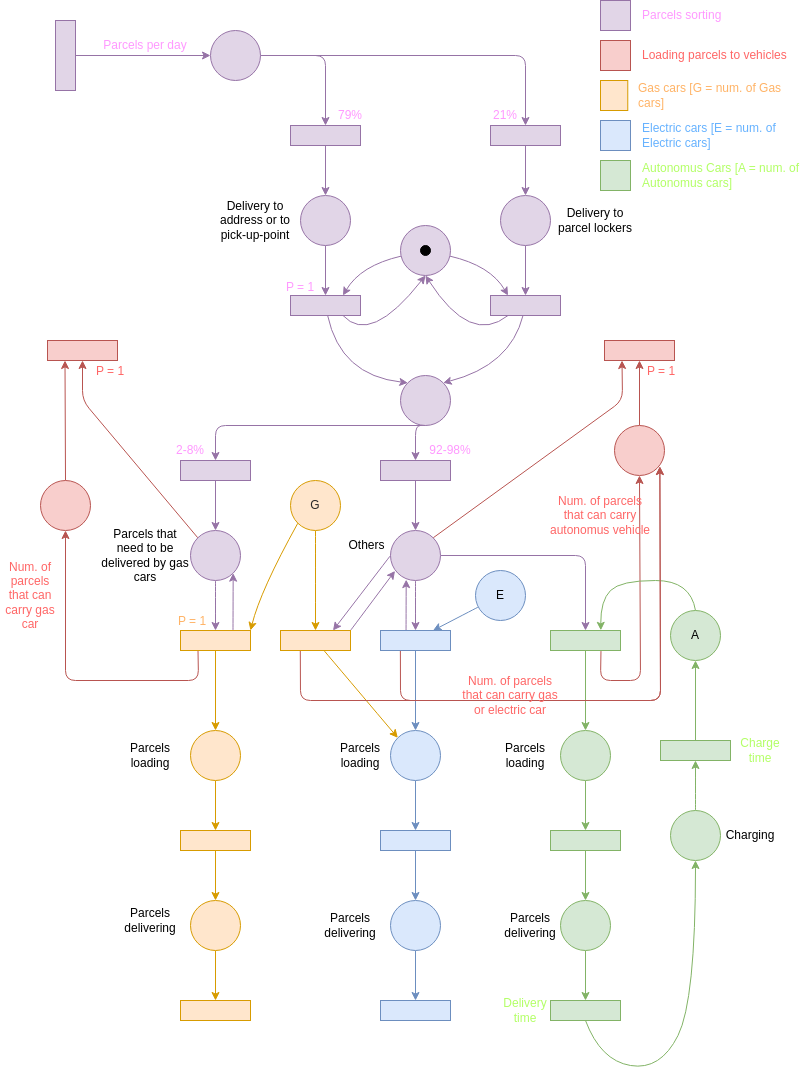
Above: doc/images/scheme.png in imiskii/ims-project (draw.io), before the change. Source tidied: cells renumbered, new cells last; positions are measured from the earlier drawing's top-left corner, leaving out a move shared by most shapes.
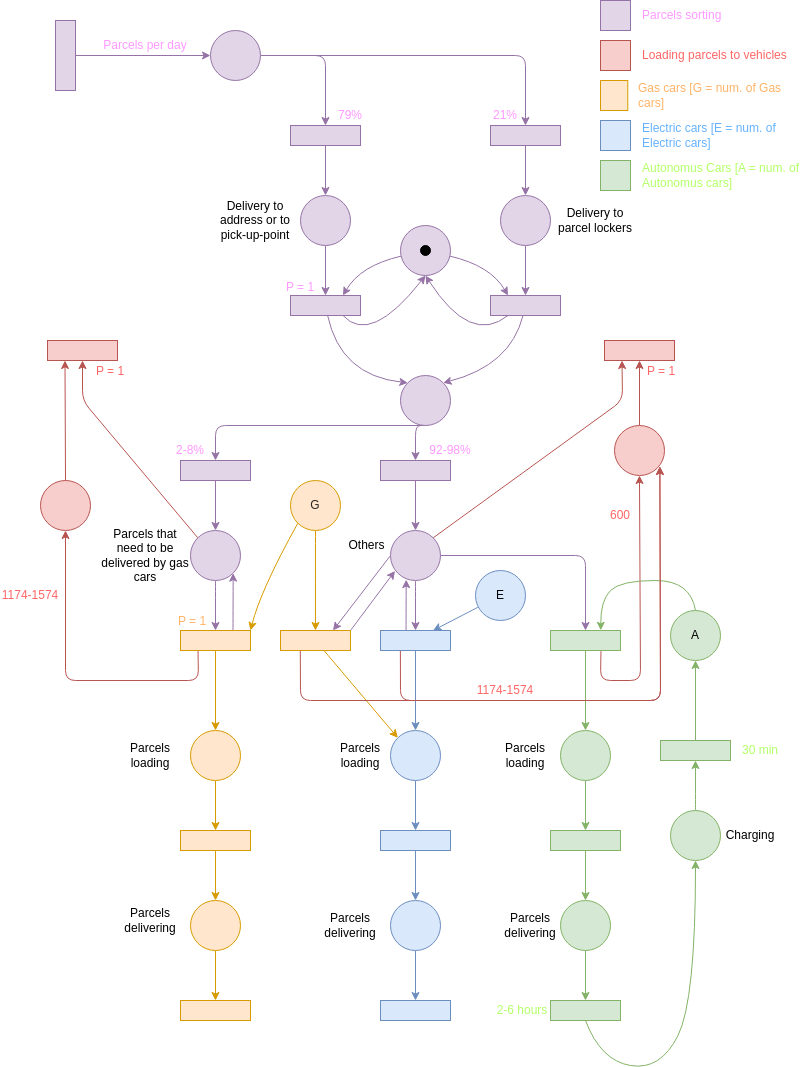
The same file after the commit.

The edit, as a diff of the source:
```diff
@@ -420,8 +420,8 @@
     <mxCell id="111" value="&lt;font color=&quot;#ff99ff&quot;&gt;92-98%&lt;/font&gt;" style="text;html=1;strokeColor=none;fillColor=none;align=center;verticalAlign=middle;whiteSpace=wrap;rounded=0;fontColor=#000000;" parent="1" vertex="1">
       <mxGeometry x="420" y="435" width="60" height="30" as="geometry" />
     </mxCell>
-    <mxCell id="112" value="&lt;font color=&quot;#ff6666&quot;&gt;Num. of parcels that can carry autonomus&amp;nbsp;&lt;/font&gt;&lt;span style=&quot;color: rgb(255, 102, 102); text-align: left;&quot;&gt;vehicle&lt;/span&gt;" style="text;html=1;strokeColor=none;fillColor=none;align=center;verticalAlign=middle;whiteSpace=wrap;rounded=0;fontColor=#000000;" parent="1" vertex="1">
-      <mxGeometry x="570" y="500" width="60" height="30" as="geometry" />
+    <mxCell id="112" value="&lt;font color=&quot;#ff6666&quot;&gt;600&lt;/font&gt;" style="text;html=1;strokeColor=none;fillColor=none;align=center;verticalAlign=middle;whiteSpace=wrap;rounded=0;fontColor=#000000;" parent="1" vertex="1">
+      <mxGeometry x="590" y="500" width="60" height="30" as="geometry" />
     </mxCell>
     <mxCell id="113" value="&lt;font color=&quot;#ffb366&quot;&gt;P = 1&lt;span style=&quot;font-family: monospace; font-size: 0px; text-align: start;&quot;&gt;%3CmxGraphModel%3E%3Croot%3E%3CmxCell%20id%3D%220%22%2F%3E%3CmxCell%20id%3D%221%22%20parent%3D%220%22%2F%3E%3CmxCell%20id%3D%222%22%20value%3D%22%22%20style%3D%22rounded%3D0%3BwhiteSpace%3Dwrap%3Bhtml%3D1%3Brotation%3D-90%3BstrokeColor%3D%23b85450%3BfillColor%3D%23f8cecc%3B%22%20vertex%3D%221%22%20parent%3D%221%22%3E%3CmxGeometry%20x%3D%22550%22%20y%3D%22410%22%20width%3D%2270%22%20height%3D%2220%22%20as%3D%22geometry%22%2F%3E%3C%2FmxCell%3E%3C%2Froot%3E%3C%2FmxGraphModel%3E&lt;/span&gt;&lt;/font&gt;" style="text;html=1;strokeColor=none;fillColor=none;align=center;verticalAlign=middle;whiteSpace=wrap;rounded=0;fontColor=#000000;" parent="1" vertex="1">
       <mxGeometry x="162" y="606" width="60" height="30" as="geometry" />
@@ -438,20 +438,20 @@
     <mxCell id="117" value="&lt;font color=&quot;#ff6666&quot;&gt;P = 1&lt;span style=&quot;font-family: monospace; font-size: 0px; text-align: start;&quot;&gt;%3CmxGraphModel%3E%3Croot%3E%3CmxCell%20id%3D%220%22%2F%3E%3CmxCell%20id%3D%221%22%20parent%3D%220%22%2F%3E%3CmxCell%20id%3D%222%22%20value%3D%22%22%20style%3D%22rounded%3D0%3BwhiteSpace%3Dwrap%3Bhtml%3D1%3Brotation%3D-90%3BstrokeColor%3D%23b85450%3BfillColor%3D%23f8cecc%3B%22%20vertex%3D%221%22%20parent%3D%221%22%3E%3CmxGeometry%20x%3D%22550%22%20y%3D%22410%22%20width%3D%2270%22%20height%3D%2220%22%20as%3D%22geometry%22%2F%3E%3C%2FmxCell%3E%3C%2Froot%3E%3C%2FmxGraphModel%3E&lt;/span&gt;&lt;/font&gt;" style="text;html=1;strokeColor=none;fillColor=none;align=center;verticalAlign=middle;whiteSpace=wrap;rounded=0;fontColor=#000000;" parent="1" vertex="1">
       <mxGeometry x="80" y="356" width="60" height="30" as="geometry" />
     </mxCell>
-    <mxCell id="118" value="&lt;font color=&quot;#ff6666&quot;&gt;Num. of parcels that can carry gas car&lt;/font&gt;" style="text;html=1;strokeColor=none;fillColor=none;align=center;verticalAlign=middle;whiteSpace=wrap;rounded=0;fontColor=#000000;" parent="1" vertex="1">
+    <mxCell id="118" value="&lt;font color=&quot;#ff6666&quot;&gt;1174-1574&lt;/font&gt;" style="text;html=1;strokeColor=none;fillColor=none;align=center;verticalAlign=middle;whiteSpace=wrap;rounded=0;fontColor=#000000;" parent="1" vertex="1">
       <mxGeometry y="580" width="60" height="30" as="geometry" />
     </mxCell>
     <mxCell id="119" value="Parcels per day" style="text;html=1;strokeColor=none;fillColor=none;align=center;verticalAlign=middle;whiteSpace=wrap;rounded=0;fontColor=#FF99FF;" parent="1" vertex="1">
       <mxGeometry x="100" y="30" width="90" height="30" as="geometry" />
     </mxCell>
-    <mxCell id="120" value="&lt;font color=&quot;#b3ff66&quot;&gt;Delivery time&lt;/font&gt;" style="text;html=1;strokeColor=none;fillColor=none;align=center;verticalAlign=middle;whiteSpace=wrap;rounded=0;fontColor=#000000;" parent="1" vertex="1">
-      <mxGeometry x="495" y="995" width="60" height="30" as="geometry" />
+    <mxCell id="120" value="&lt;font color=&quot;#b3ff66&quot;&gt;2-6 hours&lt;/font&gt;" style="text;html=1;strokeColor=none;fillColor=none;align=center;verticalAlign=middle;whiteSpace=wrap;rounded=0;fontColor=#000000;" parent="1" vertex="1">
+      <mxGeometry x="492" y="995" width="60" height="30" as="geometry" />
     </mxCell>
-    <mxCell id="121" value="&lt;font color=&quot;#b3ff66&quot;&gt;Charge time&lt;/font&gt;" style="text;html=1;strokeColor=none;fillColor=none;align=center;verticalAlign=middle;whiteSpace=wrap;rounded=0;fontColor=#000000;" parent="1" vertex="1">
+    <mxCell id="121" value="&lt;font color=&quot;#b3ff66&quot;&gt;30 min&lt;/font&gt;" style="text;html=1;strokeColor=none;fillColor=none;align=center;verticalAlign=middle;whiteSpace=wrap;rounded=0;fontColor=#000000;" parent="1" vertex="1">
       <mxGeometry x="730" y="735" width="60" height="30" as="geometry" />
     </mxCell>
-    <mxCell id="122" value="&lt;font color=&quot;#ff6666&quot;&gt;Num. of parcels that can carry gas or electric car&lt;/font&gt;" style="text;html=1;strokeColor=none;fillColor=none;align=center;verticalAlign=middle;whiteSpace=wrap;rounded=0;fontColor=#000000;" parent="1" vertex="1">
-      <mxGeometry x="460" y="680" width="100" height="30" as="geometry" />
+    <mxCell id="122" value="&lt;font color=&quot;#ff6666&quot;&gt;1174-1574&lt;/font&gt;" style="text;html=1;strokeColor=none;fillColor=none;align=center;verticalAlign=middle;whiteSpace=wrap;rounded=0;fontColor=#000000;" parent="1" vertex="1">
+      <mxGeometry x="455" y="675" width="100" height="30" as="geometry" />
     </mxCell>
     <mxCell id="123" value="Delivery to parcel lockers" style="text;html=1;strokeColor=none;fillColor=none;align=center;verticalAlign=middle;whiteSpace=wrap;rounded=0;fontColor=#000000;" parent="1" vertex="1">
       <mxGeometry x="550" y="205" width="90" height="30" as="geometry" />
```
